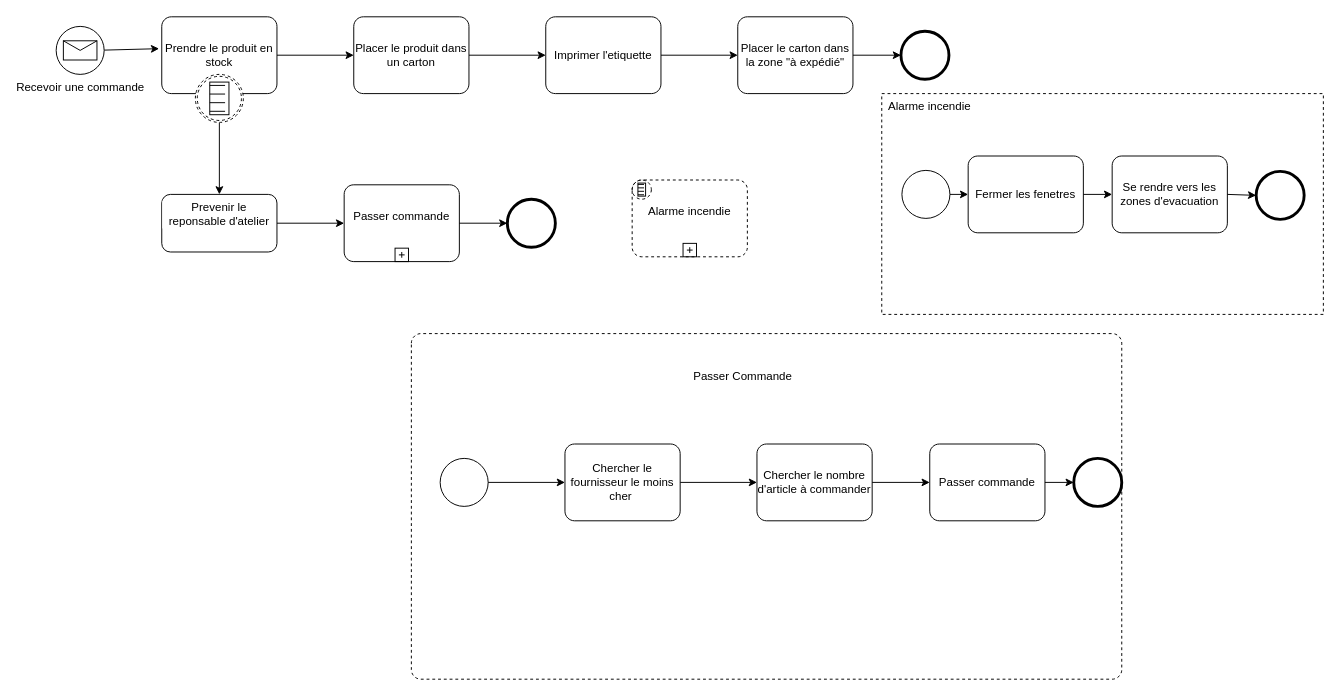
Before: BPMN/ex8/ex8a/ex8a.dio in EtienneDumai/R4.D.10, a draw.io diagram. Source tidied: cells renumbered, new cells numbered last; positions are measured from the earlier drawing's top-left corner, leaving out a move shared by most shapes. Both pictures are drawn from the tidied source at 96%, with x=0, y=0 at pixel (56, 16).
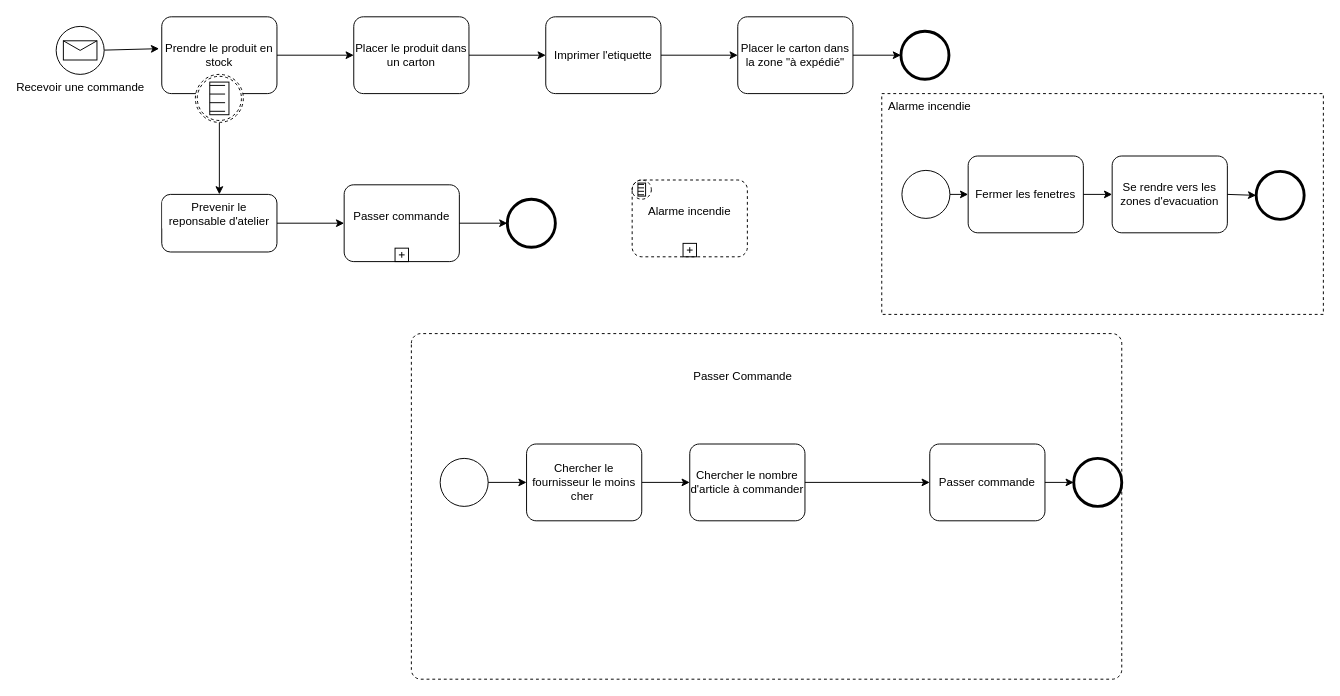
After the change.

Unchanged cells that the change refers to:
```xml
<mxCell id="17" style="shape=mxgraph.bpmn.task;whiteSpace=wrap;rectStyle=rounded;size=10;html=1;taskMarker=abstract;dashed=1;absoluteCornerSize=1;" parent="1" vertex="1">
  <mxGeometry x="370" y="330" width="740" height="360" as="geometry" />
</mxCell>
```

Change to the diagram source:
```diff
@@
-    <mxCell id="19" style="edgeStyle=none;html=1;" parent="17" edge="1" source="20">
-      <mxGeometry relative="1" as="geometry">
-        <mxPoint x="360" y="155" as="targetPoint" />
-      </mxGeometry>
+    <mxCell id="19" style="edgeStyle=none;html=1;entryX=0;entryY=0.5;entryDx=0;entryDy=0;entryPerimeter=0;" parent="17" edge="1" source="20" target="22">
+      <mxGeometry relative="1" as="geometry" />
     </mxCell>
     <mxCell id="20" value="Chercher le fournisseur le moins cher&lt;span style=&quot;white-space: pre;&quot;&gt;&#9;&lt;/span&gt;" style="points=[[0.25,0,0],[0.5,0,0],[0.75,0,0],[1,0.25,0],[1,0.5,0],[1,0.75,0],[0.75,1,0],[0.5,1,0],[0.25,1,0],[0,0.75,0],[0,0.5,0],[0,0.25,0]];shape=mxgraph.bpmn.task;whiteSpace=wrap;rectStyle=rounded;size=10;html=1;taskMarker=abstract;" parent="17" vertex="1">
-      <mxGeometry x="160" y="115" width="120" height="80" as="geometry" />
+      <mxGeometry x="120" y="115" width="120" height="80" as="geometry" />
     </mxCell>
@@
     <mxCell id="22" value="Chercher le nombre d'article à commander" style="points=[[0.25,0,0],[0.5,0,0],[0.75,0,0],[1,0.25,0],[1,0.5,0],[1,0.75,0],[0.75,1,0],[0.5,1,0],[0.25,1,0],[0,0.75,0],[0,0.5,0],[0,0.25,0]];shape=mxgraph.bpmn.task;whiteSpace=wrap;rectStyle=rounded;size=10;html=1;taskMarker=abstract;" parent="17" vertex="1">
-      <mxGeometry x="360" y="115" width="120" height="80" as="geometry" />
+      <mxGeometry x="290" y="115" width="120" height="80" as="geometry" />
     </mxCell>
```
